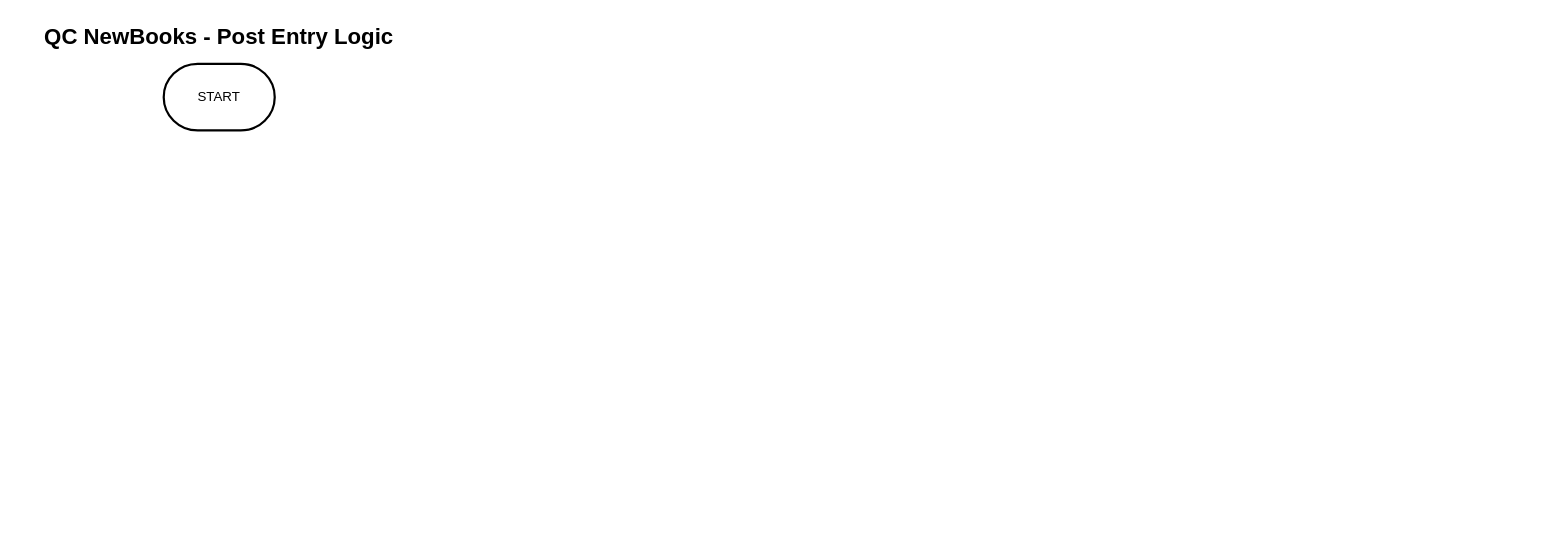
cklee623/diagram-qc-new-books keeps this draw.io diagram as page "Part A - Flowchart" (1 of 2) of QC_NewBooks_Diagrams.drawio. Above is the earlier version. Source tidied: cells renumbered, new cells numbered last; positions are measured from the earlier drawing's top-left corner, leaving out a move shared by most shapes. Both pictures are drawn from the tidied source at 111%, with x=0, y=0 at pixel (19, 19).
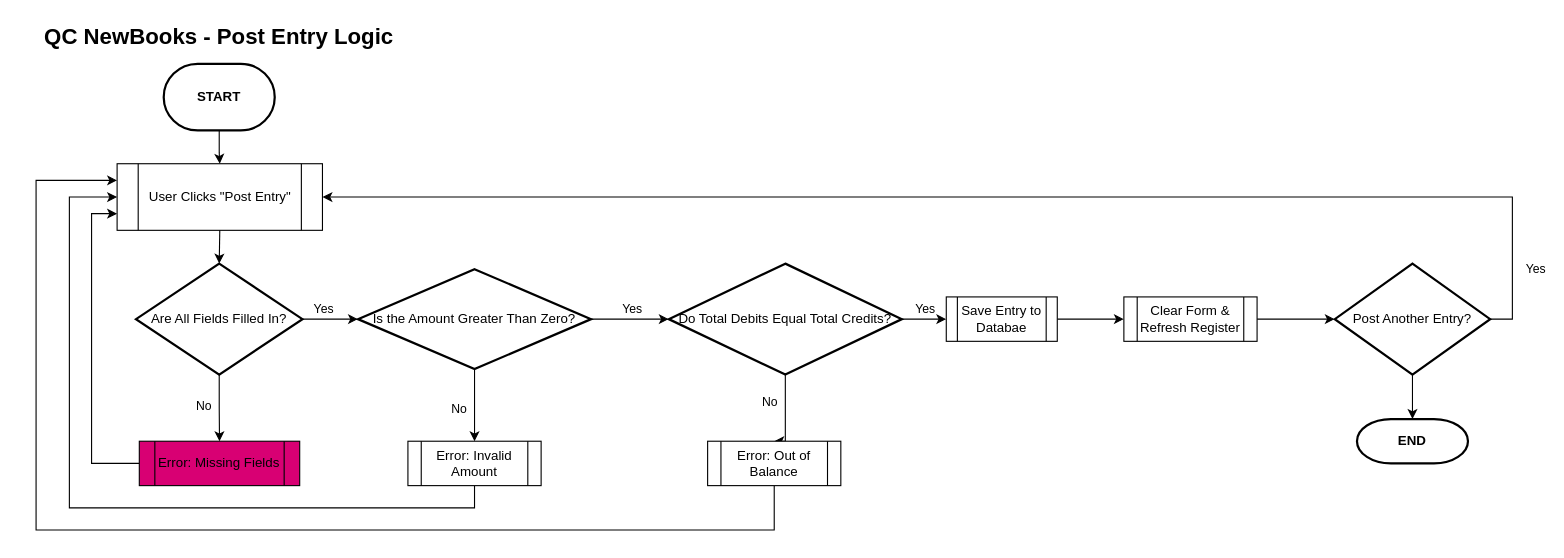
The same page after the edit.

Change to the diagram source:
```diff
@@
+    <mxCell id="4" style="edgeStyle=orthogonalEdgeStyle;rounded=0;jettySize=auto;html=1;exitX=0.5;exitY=1;exitDx=0;exitDy=0;exitPerimeter=0;" parent="1" edge="1" source="3" target="5">
+      <mxGeometry relative="1" as="geometry" />
+    </mxCell>
-    <mxCell id="3" value="START" style="strokeWidth=2;html=1;shape=mxgraph.flowchart.terminator;whiteSpace=wrap;fillColor=light-dark(#FFFFFF,#1A3300);strokeColor=light-dark(#000000,#000033);" parent="1" vertex="1">
+    <mxCell id="3" value="&lt;b&gt;START&lt;/b&gt;" style="strokeWidth=2;html=1;shape=mxgraph.flowchart.terminator;whiteSpace=wrap;fillColor=light-dark(#FFFFFF,#003300);strokeColor=light-dark(#000000,#000033);" parent="1" vertex="1">
       <mxGeometry x="130" y="40" width="100" height="60" as="geometry" />
     </mxCell>
+    <mxCell id="5" value="User Clicks &quot;Post Entry&quot;" style="shape=process;whiteSpace=wrap;html=1;backgroundOutline=1;fillColor=light-dark(#FFFFFF,#0000CC);strokeColor=light-dark(#000000,#00CC00);" parent="1" vertex="1">
+      <mxGeometry x="88" y="130" width="185" height="60" as="geometry" />
+    </mxCell>
+    <mxCell id="6" style="edgeStyle=orthogonalEdgeStyle;rounded=0;jettySize=auto;html=1;exitX=1;exitY=0.5;exitDx=0;exitDy=0;exitPerimeter=0;" parent="1" edge="1" source="10" target="18">
+      <mxGeometry relative="1" as="geometry" />
+    </mxCell>
+    <mxCell id="7" value="Yes" style="edgeLabel;html=1;align=center;verticalAlign=middle;" parent="6" vertex="1">
+      <mxGeometry y="1" relative="1" as="geometry">
+        <mxPoint x="-7" y="-9" as="offset" />
+      </mxGeometry>
+    </mxCell>
+    <mxCell id="8" style="edgeStyle=orthogonalEdgeStyle;rounded=0;jettySize=auto;html=1;exitX=0.5;exitY=1;exitDx=0;exitDy=0;exitPerimeter=0;entryX=0.5;entryY=0;entryDx=0;entryDy=0;" parent="1" edge="1" source="10" target="13">
+      <mxGeometry relative="1" as="geometry" />
+    </mxCell>
+    <mxCell id="9" value="No" style="edgeLabel;html=1;align=center;verticalAlign=middle;" parent="8" vertex="1">
+      <mxGeometry x="-0.1" y="2" relative="1" as="geometry">
+        <mxPoint x="-17" as="offset" />
+      </mxGeometry>
+    </mxCell>
+    <mxCell id="10" value="Are All Fields Filled In?" style="strokeWidth=2;html=1;shape=mxgraph.flowchart.decision;whiteSpace=wrap;strokeColor=light-dark(#000000,#00CC00);fillColor=light-dark(#FFFFFF,#0000CC);align=center;verticalAlign=middle;fontFamily=Helvetica;fontSize=12;fontColor=default;" parent="1" vertex="1">
+      <mxGeometry x="105" y="220" width="150" height="100" as="geometry" />
+    </mxCell>
+    <mxCell id="11" style="edgeStyle=orthogonalEdgeStyle;rounded=0;jettySize=auto;html=1;exitX=0.5;exitY=1;exitDx=0;exitDy=0;entryX=0.5;entryY=0;entryDx=0;entryDy=0;entryPerimeter=0;" parent="1" edge="1" source="5" target="10">
+      <mxGeometry relative="1" as="geometry" />
+    </mxCell>
+    <mxCell id="12" style="edgeStyle=orthogonalEdgeStyle;rounded=0;jettySize=auto;html=1;exitX=0;exitY=0.5;exitDx=0;exitDy=0;entryX=0;entryY=0.75;entryDx=0;entryDy=0;" parent="1" edge="1" source="13" target="5">
+      <mxGeometry relative="1" as="geometry">
+        <Array as="points">
+          <mxPoint x="65" y="400" />
+          <mxPoint x="65" y="175" />
+        </Array>
+      </mxGeometry>
+    </mxCell>
+    <mxCell id="13" value="&lt;font style=&quot;color: light-dark(rgb(0, 0, 0), rgb(255, 255, 255));&quot;&gt;Error: Missing Fields&lt;/font&gt;" style="shape=process;whiteSpace=wrap;html=1;backgroundOutline=1;fillColor=light-dark(#D80073,#660000);fontColor=#ffffff;strokeColor=default;" parent="1" vertex="1">
+      <mxGeometry x="108" y="380" width="144.5" height="40" as="geometry" />
+    </mxCell>
+    <mxCell id="14" style="edgeStyle=orthogonalEdgeStyle;rounded=0;jettySize=auto;html=1;exitX=1;exitY=0.5;exitDx=0;exitDy=0;exitPerimeter=0;" parent="1" edge="1" source="18" target="25">
+      <mxGeometry relative="1" as="geometry" />
+    </mxCell>
+    <mxCell id="15" value="Yes" style="edgeLabel;html=1;align=center;verticalAlign=middle;" parent="14" vertex="1">
+      <mxGeometry x="0.1" y="-3" relative="1" as="geometry">
+        <mxPoint x="-3" y="-13" as="offset" />
+      </mxGeometry>
+    </mxCell>
+    <mxCell id="16" style="edgeStyle=orthogonalEdgeStyle;rounded=0;jettySize=auto;html=1;exitX=0.5;exitY=1;exitDx=0;exitDy=0;exitPerimeter=0;entryX=0.5;entryY=0;entryDx=0;entryDy=0;" parent="1" edge="1" source="18" target="20">
+      <mxGeometry relative="1" as="geometry" />
+    </mxCell>
+    <mxCell id="17" value="No" style="edgeLabel;html=1;align=center;verticalAlign=middle;" parent="16" vertex="1">
+      <mxGeometry x="0.26" y="2" relative="1" as="geometry">
+        <mxPoint x="-17" y="-6" as="offset" />
+      </mxGeometry>
+    </mxCell>
+    <mxCell id="18" value="Is the Amount Greater Than Zero?" style="strokeWidth=2;html=1;shape=mxgraph.flowchart.decision;whiteSpace=wrap;fillColor=light-dark(#FFFFFF,#0000CC);strokeColor=light-dark(#000000,#00CC00);align=center;verticalAlign=middle;fontFamily=Helvetica;fontSize=12;fontColor=default;" parent="1" vertex="1">
+      <mxGeometry x="305" y="225" width="210" height="90" as="geometry" />
+    </mxCell>
+    <mxCell id="19" style="edgeStyle=orthogonalEdgeStyle;rounded=0;jettySize=auto;html=1;exitX=0.5;exitY=1;exitDx=0;exitDy=0;entryX=0;entryY=0.5;entryDx=0;entryDy=0;" parent="1" edge="1" source="20" target="5">
+      <mxGeometry relative="1" as="geometry">
+        <Array as="points">
+          <mxPoint x="410" y="440" />
+          <mxPoint x="45" y="440" />
+          <mxPoint x="45" y="160" />
+        </Array>
+      </mxGeometry>
+    </mxCell>
+    <mxCell id="20" value="Error: Invalid Amount" style="shape=process;whiteSpace=wrap;html=1;backgroundOutline=1;fillColor=light-dark(#FFFFFF,#660000);" parent="1" vertex="1">
+      <mxGeometry x="350" y="380" width="120" height="40" as="geometry" />
+    </mxCell>
+    <mxCell id="21" style="edgeStyle=orthogonalEdgeStyle;rounded=0;jettySize=auto;html=1;exitX=0.5;exitY=1;exitDx=0;exitDy=0;exitPerimeter=0;entryX=0.5;entryY=0;entryDx=0;entryDy=0;" parent="1" edge="1" source="25" target="27">
+      <mxGeometry relative="1" as="geometry">
+        <Array as="points">
+          <mxPoint x="690" y="380" />
+        </Array>
+      </mxGeometry>
+    </mxCell>
+    <mxCell id="22" value="No" style="edgeLabel;html=1;align=center;verticalAlign=middle;" parent="21" vertex="1">
+      <mxGeometry x="-0.2" y="-4" relative="1" as="geometry">
+        <mxPoint x="-11" y="-4" as="offset" />
+      </mxGeometry>
+    </mxCell>
+    <mxCell id="23" style="edgeStyle=orthogonalEdgeStyle;rounded=0;jettySize=auto;html=1;exitX=1;exitY=0.5;exitDx=0;exitDy=0;exitPerimeter=0;entryX=0;entryY=0.5;entryDx=0;entryDy=0;" parent="1" edge="1" source="25" target="29">
+      <mxGeometry relative="1" as="geometry" />
+    </mxCell>
+    <mxCell id="24" value="Yes" style="edgeLabel;html=1;align=center;verticalAlign=middle;" parent="23" vertex="1">
+      <mxGeometry x="0.05" y="-2" relative="1" as="geometry">
+        <mxPoint x="-1" y="-12" as="offset" />
+      </mxGeometry>
+    </mxCell>
+    <mxCell id="25" value="Do Total Debits Equal Total Credits?" style="strokeWidth=2;html=1;shape=mxgraph.flowchart.decision;whiteSpace=wrap;fillColor=light-dark(#FFFFFF,#0000CC);strokeColor=light-dark(#000000,#00CC00);align=center;verticalAlign=middle;fontFamily=Helvetica;fontSize=12;fontColor=default;" parent="1" vertex="1">
+      <mxGeometry x="585" y="220" width="210" height="100" as="geometry" />
+    </mxCell>
+    <mxCell id="26" style="edgeStyle=orthogonalEdgeStyle;rounded=0;jettySize=auto;html=1;exitX=0.5;exitY=1;exitDx=0;exitDy=0;entryX=0;entryY=0.25;entryDx=0;entryDy=0;" parent="1" edge="1" source="27" target="5">
+      <mxGeometry relative="1" as="geometry">
+        <Array as="points">
+          <mxPoint x="680" y="460" />
+          <mxPoint x="15" y="460" />
+          <mxPoint x="15" y="145" />
+        </Array>
+      </mxGeometry>
+    </mxCell>
+    <mxCell id="27" value="Error: Out of Balance" style="shape=process;whiteSpace=wrap;html=1;backgroundOutline=1;fillColor=light-dark(#FFFFFF,#660000);" parent="1" vertex="1">
+      <mxGeometry x="620" y="380" width="120" height="40" as="geometry" />
+    </mxCell>
+    <mxCell id="28" style="edgeStyle=orthogonalEdgeStyle;rounded=0;jettySize=auto;html=1;exitX=1;exitY=0.5;exitDx=0;exitDy=0;" parent="1" edge="1" source="29" target="31">
+      <mxGeometry relative="1" as="geometry" />
+    </mxCell>
+    <mxCell id="29" value="Save Entry to Databae" style="shape=process;whiteSpace=wrap;html=1;backgroundOutline=1;fillColor=light-dark(#FFFFFF,#0000CC);strokeColor=light-dark(#000000,#00CC00);align=center;verticalAlign=middle;fontFamily=Helvetica;fontSize=12;fontColor=default;" parent="1" vertex="1">
+      <mxGeometry x="835" y="250" width="100" height="40" as="geometry" />
+    </mxCell>
+    <mxCell id="30" style="edgeStyle=orthogonalEdgeStyle;rounded=0;jettySize=auto;html=1;exitX=1;exitY=0.5;exitDx=0;exitDy=0;" parent="1" edge="1" source="31" target="34">
+      <mxGeometry relative="1" as="geometry" />
+    </mxCell>
+    <mxCell id="31" value="Clear Form &amp;amp; Refresh Register" style="shape=process;whiteSpace=wrap;html=1;backgroundOutline=1;fillColor=light-dark(#FFFFFF,#0000CC);strokeColor=light-dark(#000000,#00CC00);align=center;verticalAlign=middle;fontFamily=Helvetica;fontSize=12;fontColor=default;" parent="1" vertex="1">
+      <mxGeometry x="995" y="250" width="120" height="40" as="geometry" />
+    </mxCell>
+    <mxCell id="32" style="edgeStyle=orthogonalEdgeStyle;rounded=0;jettySize=auto;html=1;exitX=1;exitY=0.5;exitDx=0;exitDy=0;exitPerimeter=0;entryX=1;entryY=0.5;entryDx=0;entryDy=0;" parent="1" edge="1" source="34" target="5">
+      <mxGeometry relative="1" as="geometry" />
+    </mxCell>
+    <mxCell id="33" value="Yes" style="edgeLabel;html=1;align=center;verticalAlign=middle;" parent="32" vertex="1">
+      <mxGeometry x="-0.86" y="-3" relative="1" as="geometry">
+        <mxPoint x="17" y="18" as="offset" />
+      </mxGeometry>
+    </mxCell>
+    <mxCell id="34" value="Post Another Entry?" style="strokeWidth=2;html=1;shape=mxgraph.flowchart.decision;whiteSpace=wrap;fillColor=light-dark(#FFFFFF,#0000CC);strokeColor=light-dark(#000000,#00CC00);align=center;verticalAlign=middle;fontFamily=Helvetica;fontSize=12;fontColor=default;" parent="1" vertex="1">
+      <mxGeometry x="1185" y="220" width="140" height="100" as="geometry" />
+    </mxCell>
+    <mxCell id="35" value="&lt;b&gt;END&lt;/b&gt;" style="strokeWidth=2;html=1;shape=mxgraph.flowchart.terminator;whiteSpace=wrap;fillColor=light-dark(#FFFFFF,#0000CC);strokeColor=light-dark(#000000,#00CC00);align=center;verticalAlign=middle;fontFamily=Helvetica;fontSize=12;fontColor=default;" parent="1" vertex="1">
+      <mxGeometry x="1205" y="360" width="100" height="40" as="geometry" />
+    </mxCell>
+    <mxCell id="36" style="edgeStyle=orthogonalEdgeStyle;rounded=0;jettySize=auto;html=1;exitX=0.5;exitY=1;exitDx=0;exitDy=0;exitPerimeter=0;entryX=0.5;entryY=0;entryDx=0;entryDy=0;entryPerimeter=0;" parent="1" edge="1" source="34" target="35">
+      <mxGeometry relative="1" as="geometry" />
+    </mxCell>
```
